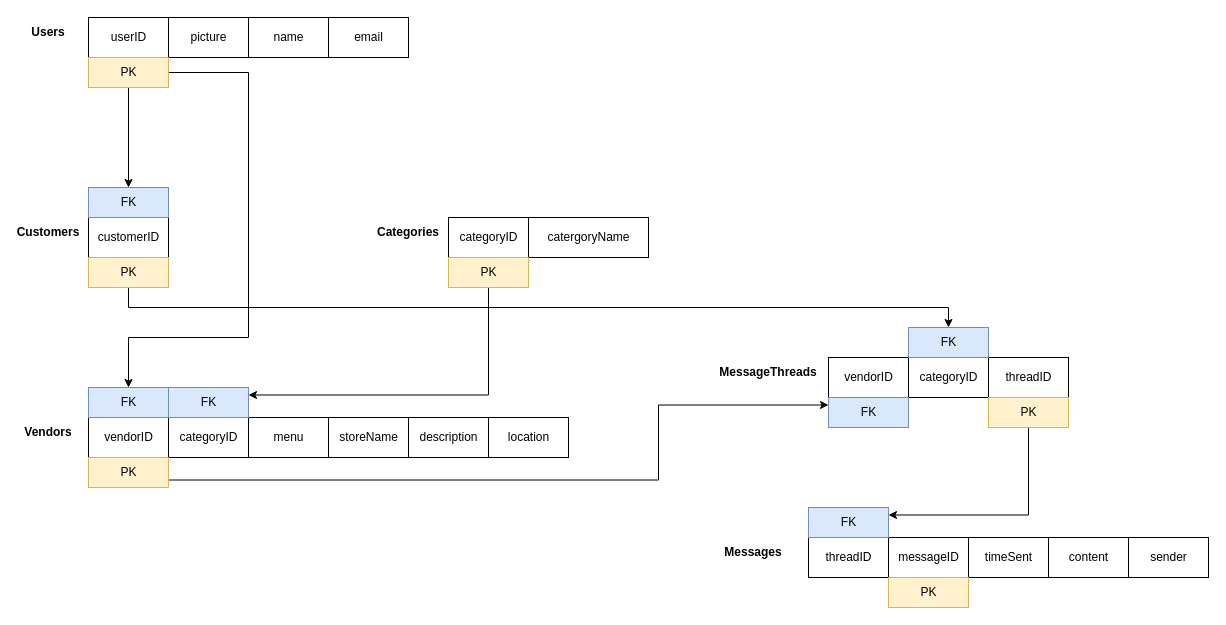
The draw.io diagram VendorFinder.drawio in thanhnguyen210299/CSULB-CECS-491A-_-SENIOR-PROJECT, before the edit. Source tidied: cells renumbered, new cells numbered last; positions are measured from the earlier drawing's top-left corner, leaving out a move shared by most shapes. Both pictures are drawn from the tidied source at 100%, with x=0, y=0 at pixel (18, 17).
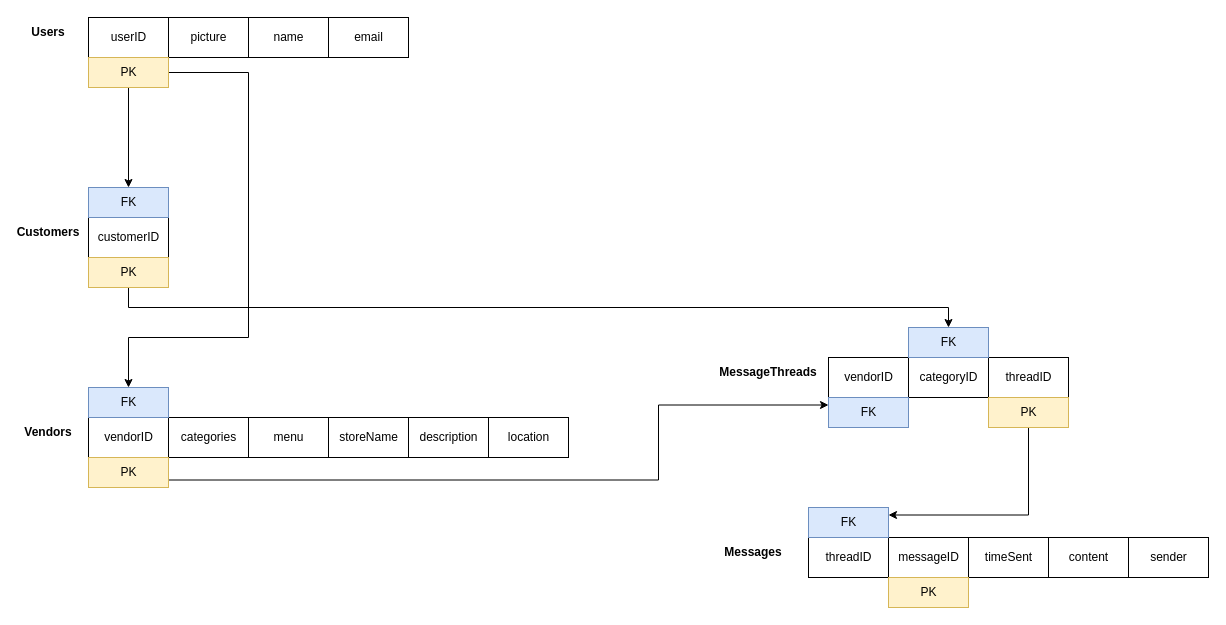
The same diagram, later.

Change to the diagram source:
```diff
@@
-    <mxCell id="16" value="categoryID" style="html=1;" parent="1" vertex="1">
+    <mxCell id="16" value="categories" style="html=1;" parent="1" vertex="1">
       <mxGeometry x="150" y="400" width="80" height="40" as="geometry" />
     </mxCell>
@@
-    <mxCell id="25" value="FK" style="html=1;fillColor=#dae8fc;strokeColor=#6c8ebf;" parent="1" vertex="1">
-      <mxGeometry x="150" y="370" width="80" height="30" as="geometry" />
-    </mxCell>
-    <mxCell id="26" value="catergoryName" style="html=1;" parent="1" vertex="1">
-      <mxGeometry x="510" y="200" width="120" height="40" as="geometry" />
-    </mxCell>
-    <mxCell id="27" value="categoryID" style="html=1;" parent="1" vertex="1">
-      <mxGeometry x="430" y="200" width="80" height="40" as="geometry" />
-    </mxCell>
-    <mxCell id="28" style="edgeStyle=orthogonalEdgeStyle;rounded=0;jettySize=auto;html=1;exitX=0.5;exitY=1;exitDx=0;exitDy=0;entryX=1;entryY=0.25;entryDx=0;entryDy=0;" parent="1" edge="1" source="29" target="25">
-      <mxGeometry relative="1" as="geometry" />
-    </mxCell>
-    <mxCell id="29" value="PK" style="html=1;fillColor=#fff2cc;strokeColor=#d6b656;" parent="1" vertex="1">
-      <mxGeometry x="430" y="240" width="80" height="30" as="geometry" />
-    </mxCell>
-    <mxCell id="30" value="&lt;b&gt;Categories&lt;/b&gt;" style="text;html=1;strokeColor=none;fillColor=none;align=center;verticalAlign=middle;whiteSpace=wrap;rounded=0;" parent="1" vertex="1">
-      <mxGeometry x="360" y="200" width="60" height="30" as="geometry" />
-    </mxCell>
```
